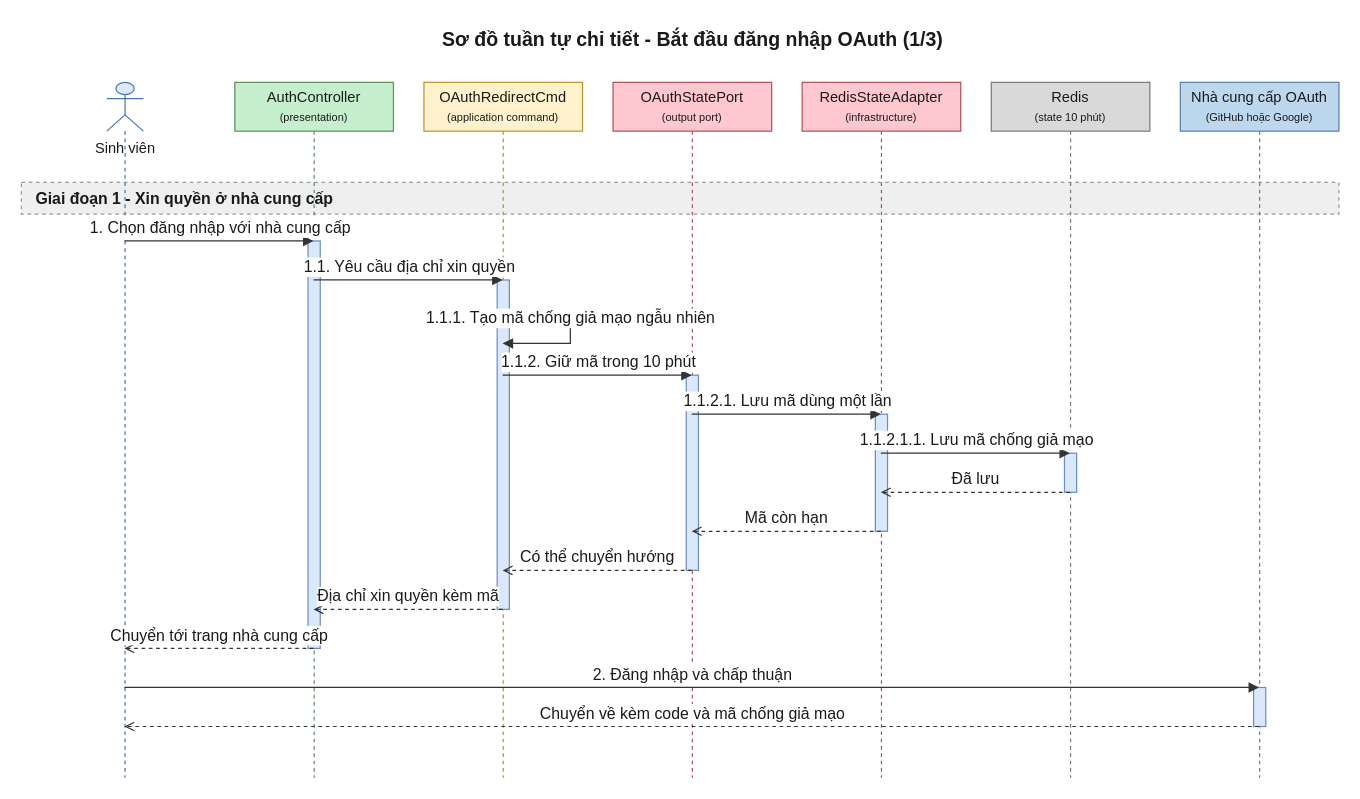
daiphu1801/PRJ_ALGOPREP keeps this draw.io diagram as 08-diagram/sequence/user/sequence_user_lien_ket_oauth_p1.drawio. Above is the earlier version. Source tidied: cells renumbered, new cells numbered last; positions are measured from the earlier drawing's top-left corner, leaving out a move shared by most shapes. Both pictures are drawn from the tidied source at 122%, with x=0, y=0 at pixel (21, 21).
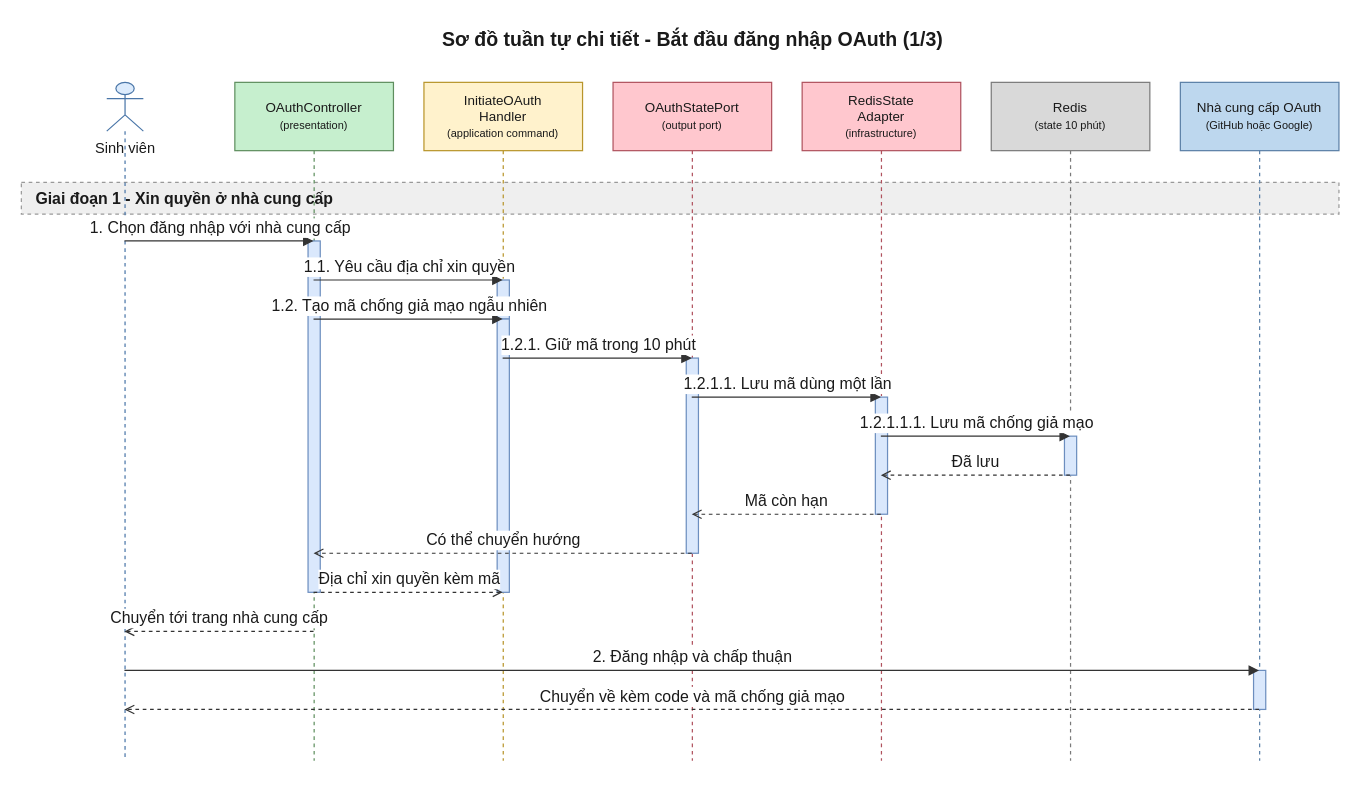
The same diagram, later.

What changed in the source:
```diff
@@
     <mxCell id="4" value="Sinh viên" style="shape=umlLifeline;participant=umlActor;perimeter=lifelinePerimeter;html=1;outlineConnect=0;size=40;verticalAlign=top;spacingTop=40;fillColor=#DCEBFC;strokeColor=#4A76A8;fontColor=#1A1A1A;" parent="1" vertex="1">
-      <mxGeometry x="70" y="50" width="30" height="570" as="geometry" />
+      <mxGeometry x="70" y="50" width="30" height="556" as="geometry" />
     </mxCell>
-    <mxCell id="5" value="AuthController&lt;br&gt;&lt;font style=&quot;font-size:9px&quot;&gt;(presentation)&lt;/font&gt;" style="shape=umlLifeline;perimeter=lifelinePerimeter;whiteSpace=wrap;html=1;outlineConnect=0;size=40;fillColor=#C6EFCE;strokeColor=#5E8E5E;fontColor=#1A1A1A;" parent="1" vertex="1">
-      <mxGeometry x="175" y="50" width="130" height="570" as="geometry" />
+    <mxCell id="5" value="OAuthController&lt;br&gt;&lt;font style=&quot;font-size:9px&quot;&gt;(presentation)&lt;/font&gt;" style="shape=umlLifeline;perimeter=lifelinePerimeter;whiteSpace=wrap;html=1;outlineConnect=0;size=56;fontSize=11;fillColor=#C6EFCE;strokeColor=#5E8E5E;fontColor=#1A1A1A;" parent="1" vertex="1">
+      <mxGeometry x="175" y="50" width="130" height="556" as="geometry" />
     </mxCell>
-    <mxCell id="6" value="OAuthRedirectCmd&lt;br&gt;&lt;font style=&quot;font-size:9px&quot;&gt;(application command)&lt;/font&gt;" style="shape=umlLifeline;perimeter=lifelinePerimeter;whiteSpace=wrap;html=1;outlineConnect=0;size=40;fillColor=#FFF2CC;strokeColor=#B8952A;fontColor=#1A1A1A;" parent="1" vertex="1">
-      <mxGeometry x="330" y="50" width="130" height="570" as="geometry" />
+    <mxCell id="6" value="InitiateOAuth&lt;br&gt;Handler&lt;br&gt;&lt;font style=&quot;font-size:9px&quot;&gt;(application command)&lt;/font&gt;" style="shape=umlLifeline;perimeter=lifelinePerimeter;whiteSpace=wrap;html=1;outlineConnect=0;size=56;fontSize=11;fillColor=#FFF2CC;strokeColor=#B8952A;fontColor=#1A1A1A;" parent="1" vertex="1">
+      <mxGeometry x="330" y="50" width="130" height="556" as="geometry" />
     </mxCell>
-    <mxCell id="7" value="OAuthStatePort&lt;br&gt;&lt;font style=&quot;font-size:9px&quot;&gt;(output port)&lt;/font&gt;" style="shape=umlLifeline;perimeter=lifelinePerimeter;whiteSpace=wrap;html=1;outlineConnect=0;size=40;fillColor=#FFC7CE;strokeColor=#B0525E;fontColor=#1A1A1A;" parent="1" vertex="1">
-      <mxGeometry x="485" y="50" width="130" height="570" as="geometry" />
+    <mxCell id="7" value="OAuthStatePort&lt;br&gt;&lt;font style=&quot;font-size:9px&quot;&gt;(output port)&lt;/font&gt;" style="shape=umlLifeline;perimeter=lifelinePerimeter;whiteSpace=wrap;html=1;outlineConnect=0;size=56;fontSize=11;fillColor=#FFC7CE;strokeColor=#B0525E;fontColor=#1A1A1A;" parent="1" vertex="1">
+      <mxGeometry x="485" y="50" width="130" height="556" as="geometry" />
     </mxCell>
-    <mxCell id="8" value="RedisStateAdapter&lt;br&gt;&lt;font style=&quot;font-size:9px&quot;&gt;(infrastructure)&lt;/font&gt;" style="shape=umlLifeline;perimeter=lifelinePerimeter;whiteSpace=wrap;html=1;outlineConnect=0;size=40;fillColor=#FFC7CE;strokeColor=#B0525E;fontColor=#1A1A1A;" parent="1" vertex="1">
-      <mxGeometry x="640" y="50" width="130" height="570" as="geometry" />
+    <mxCell id="8" value="RedisState&lt;br&gt;Adapter&lt;br&gt;&lt;font style=&quot;font-size:9px&quot;&gt;(infrastructure)&lt;/font&gt;" style="shape=umlLifeline;perimeter=lifelinePerimeter;whiteSpace=wrap;html=1;outlineConnect=0;size=56;fontSize=11;fillColor=#FFC7CE;strokeColor=#B0525E;fontColor=#1A1A1A;" parent="1" vertex="1">
+      <mxGeometry x="640" y="50" width="130" height="556" as="geometry" />
     </mxCell>
-    <mxCell id="9" value="Redis&lt;br&gt;&lt;font style=&quot;font-size:9px&quot;&gt;(state 10 phút)&lt;/font&gt;" style="shape=umlLifeline;perimeter=lifelinePerimeter;whiteSpace=wrap;html=1;outlineConnect=0;size=40;fillColor=#D9D9D9;strokeColor=#7A7A7A;fontColor=#1A1A1A;" parent="1" vertex="1">
-      <mxGeometry x="795" y="50" width="130" height="570" as="geometry" />
+    <mxCell id="9" value="Redis&lt;br&gt;&lt;font style=&quot;font-size:9px&quot;&gt;(state 10 phút)&lt;/font&gt;" style="shape=umlLifeline;perimeter=lifelinePerimeter;whiteSpace=wrap;html=1;outlineConnect=0;size=56;fontSize=11;fillColor=#D9D9D9;strokeColor=#7A7A7A;fontColor=#1A1A1A;" parent="1" vertex="1">
+      <mxGeometry x="795" y="50" width="130" height="556" as="geometry" />
     </mxCell>
-    <mxCell id="10" value="Nhà cung cấp OAuth&lt;br&gt;&lt;font style=&quot;font-size:9px&quot;&gt;(GitHub hoặc Google)&lt;/font&gt;" style="shape=umlLifeline;perimeter=lifelinePerimeter;whiteSpace=wrap;html=1;outlineConnect=0;size=40;fillColor=#BDD7EE;strokeColor=#5A7FA6;fontColor=#1A1A1A;" parent="1" vertex="1">
-      <mxGeometry x="950" y="50" width="130" height="570" as="geometry" />
+    <mxCell id="10" value="Nhà cung cấp OAuth&lt;br&gt;&lt;font style=&quot;font-size:9px&quot;&gt;(GitHub hoặc Google)&lt;/font&gt;" style="shape=umlLifeline;perimeter=lifelinePerimeter;whiteSpace=wrap;html=1;outlineConnect=0;size=56;fontSize=11;fillColor=#BDD7EE;strokeColor=#5A7FA6;fontColor=#1A1A1A;" parent="1" vertex="1">
+      <mxGeometry x="950" y="50" width="130" height="556" as="geometry" />
     </mxCell>
-    <mxCell id="11" style="html=1;perimeter=orthogonalPerimeter;targetShapes=umlLifeline;fillColor=#DAE8FC;strokeColor=#6C8EBF;" parent="9" vertex="1">
-      <mxGeometry x="60" y="304" width="10" height="32" as="geometry" />
+    <mxCell id="11" style="html=1;perimeter=orthogonalPerimeter;targetShapes=umlLifeline;fillColor=#DAE8FC;strokeColor=#6C8EBF;" parent="6" vertex="1">
+      <mxGeometry x="60" y="162" width="10" height="32" as="geometry" />
     </mxCell>
-    <mxCell id="12" style="html=1;perimeter=orthogonalPerimeter;targetShapes=umlLifeline;fillColor=#DAE8FC;strokeColor=#6C8EBF;" parent="8" vertex="1">
-      <mxGeometry x="60" y="272" width="10" height="96" as="geometry" />
+    <mxCell id="12" style="html=1;perimeter=orthogonalPerimeter;targetShapes=umlLifeline;fillColor=#DAE8FC;strokeColor=#6C8EBF;" parent="9" vertex="1">
+      <mxGeometry x="60" y="290" width="10" height="32" as="geometry" />
     </mxCell>
-    <mxCell id="13" style="html=1;perimeter=orthogonalPerimeter;targetShapes=umlLifeline;fillColor=#DAE8FC;strokeColor=#6C8EBF;" parent="7" vertex="1">
-      <mxGeometry x="60" y="240" width="10" height="160" as="geometry" />
+    <mxCell id="13" style="html=1;perimeter=orthogonalPerimeter;targetShapes=umlLifeline;fillColor=#DAE8FC;strokeColor=#6C8EBF;" parent="8" vertex="1">
+      <mxGeometry x="60" y="258" width="10" height="96" as="geometry" />
     </mxCell>
-    <mxCell id="14" style="html=1;perimeter=orthogonalPerimeter;targetShapes=umlLifeline;fillColor=#DAE8FC;strokeColor=#6C8EBF;" parent="6" vertex="1">
-      <mxGeometry x="60" y="162" width="10" height="270" as="geometry" />
+    <mxCell id="14" style="html=1;perimeter=orthogonalPerimeter;targetShapes=umlLifeline;fillColor=#DAE8FC;strokeColor=#6C8EBF;" parent="7" vertex="1">
+      <mxGeometry x="60" y="226" width="10" height="160" as="geometry" />
     </mxCell>
-    <mxCell id="15" style="html=1;perimeter=orthogonalPerimeter;targetShapes=umlLifeline;fillColor=#DAE8FC;strokeColor=#6C8EBF;" parent="5" vertex="1">
-      <mxGeometry x="60" y="130" width="10" height="334" as="geometry" />
+    <mxCell id="15" style="html=1;perimeter=orthogonalPerimeter;targetShapes=umlLifeline;fillColor=#DAE8FC;strokeColor=#6C8EBF;" parent="6" vertex="1">
+      <mxGeometry x="60" y="194" width="10" height="224" as="geometry" />
     </mxCell>
-    <mxCell id="16" style="html=1;perimeter=orthogonalPerimeter;targetShapes=umlLifeline;fillColor=#DAE8FC;strokeColor=#6C8EBF;" parent="10" vertex="1">
-      <mxGeometry x="60" y="496" width="10" height="32" as="geometry" />
+    <mxCell id="16" style="html=1;perimeter=orthogonalPerimeter;targetShapes=umlLifeline;fillColor=#DAE8FC;strokeColor=#6C8EBF;" parent="5" vertex="1">
+      <mxGeometry x="60" y="130" width="10" height="288" as="geometry" />
     </mxCell>
-    <mxCell id="17" value="1. Chọn đăng nhập với nhà cung cấp" style="edgeStyle=none;html=1;endArrow=block;endFill=1;strokeColor=#333333;fontColor=#1A1A1A;fontSize=13;verticalAlign=bottom;exitX=0.5;exitY=0.2281;exitDx=0;exitDy=0;entryX=0.5;entryY=0.2281;entryDx=0;entryDy=0;" parent="1" edge="1" source="4" target="5">
-      <mxGeometry relative="1" as="geometry" />
-    </mxCell>
+    <mxCell id="30" style="html=1;perimeter=orthogonalPerimeter;targetShapes=umlLifeline;fillColor=#DAE8FC;strokeColor=#6C8EBF;" parent="10" vertex="1">
+      <mxGeometry x="60" y="482" width="10" height="32" as="geometry" />
+    </mxCell>
-    <mxCell id="18" value="1.1. Yêu cầu địa chỉ xin quyền" style="edgeStyle=none;html=1;endArrow=block;endFill=1;strokeColor=#333333;fontColor=#1A1A1A;fontSize=13;verticalAlign=bottom;exitX=0.5;exitY=0.2842;exitDx=0;exitDy=0;entryX=0.5;entryY=0.2842;entryDx=0;entryDy=0;" parent="1" edge="1" source="5" target="6">
+    <mxCell id="18" value="1. Chọn đăng nhập với nhà cung cấp" style="edgeStyle=none;html=1;endArrow=block;endFill=1;strokeColor=#333333;fontColor=#1A1A1A;fontSize=13;verticalAlign=bottom;exitX=0.5;exitY=0.2338;exitDx=0;exitDy=0;entryX=0.5;entryY=0.2338;entryDx=0;entryDy=0;" parent="1" edge="1" source="4" target="5">
       <mxGeometry relative="1" as="geometry" />
     </mxCell>
-    <mxCell id="19" value="1.1.1. Tạo mã chống giả mạo ngẫu nhiên" style="edgeStyle=orthogonalEdgeStyle;rounded=0;html=1;endArrow=block;endFill=1;strokeColor=#333333;fontColor=#1A1A1A;fontSize=13;verticalAlign=bottom;exitX=0.5;exitY=0.3404;exitDx=0;exitDy=0;entryX=0.5;entryY=0.3754;entryDx=0;entryDy=0;" parent="1" edge="1" source="6" target="6">
-      <mxGeometry relative="1" as="geometry">
-        <Array as="points">
-          <mxPoint x="450" y="244" />
-          <mxPoint x="450" y="264" />
-        </Array>
-      </mxGeometry>
+    <mxCell id="19" value="1.1. Yêu cầu địa chỉ xin quyền" style="edgeStyle=none;html=1;endArrow=block;endFill=1;strokeColor=#333333;fontColor=#1A1A1A;fontSize=13;verticalAlign=bottom;exitX=0.5;exitY=0.2914;exitDx=0;exitDy=0;entryX=0.5;entryY=0.2914;entryDx=0;entryDy=0;" parent="1" edge="1" source="5" target="6">
+      <mxGeometry relative="1" as="geometry" />
     </mxCell>
-    <mxCell id="20" value="1.1.2. Giữ mã trong 10 phút" style="edgeStyle=none;html=1;endArrow=block;endFill=1;strokeColor=#333333;fontColor=#1A1A1A;fontSize=13;verticalAlign=bottom;exitX=0.5;exitY=0.4211;exitDx=0;exitDy=0;entryX=0.5;entryY=0.4211;entryDx=0;entryDy=0;" parent="1" edge="1" source="6" target="7">
+    <mxCell id="20" value="1.2. Tạo mã chống giả mạo ngẫu nhiên" style="edgeStyle=none;html=1;endArrow=block;endFill=1;strokeColor=#333333;fontColor=#1A1A1A;fontSize=13;verticalAlign=bottom;exitX=0.5;exitY=0.3489;exitDx=0;exitDy=0;entryX=0.5;entryY=0.3489;entryDx=0;entryDy=0;" parent="1" edge="1" source="5" target="6">
       <mxGeometry relative="1" as="geometry" />
     </mxCell>
-    <mxCell id="21" value="1.1.2.1. Lưu mã dùng một lần" style="edgeStyle=none;html=1;endArrow=block;endFill=1;strokeColor=#333333;fontColor=#1A1A1A;fontSize=13;verticalAlign=bottom;exitX=0.5;exitY=0.4772;exitDx=0;exitDy=0;entryX=0.5;entryY=0.4772;entryDx=0;entryDy=0;" parent="1" edge="1" source="7" target="8">
+    <mxCell id="21" value="1.2.1. Giữ mã trong 10 phút" style="edgeStyle=none;html=1;endArrow=block;endFill=1;strokeColor=#333333;fontColor=#1A1A1A;fontSize=13;verticalAlign=bottom;exitX=0.5;exitY=0.4065;exitDx=0;exitDy=0;entryX=0.5;entryY=0.4065;entryDx=0;entryDy=0;" parent="1" edge="1" source="6" target="7">
       <mxGeometry relative="1" as="geometry" />
     </mxCell>
-    <mxCell id="22" value="1.1.2.1.1. Lưu mã chống giả mạo" style="edgeStyle=none;html=1;endArrow=block;endFill=1;strokeColor=#333333;fontColor=#1A1A1A;fontSize=13;verticalAlign=bottom;exitX=0.5;exitY=0.5333;exitDx=0;exitDy=0;entryX=0.5;entryY=0.5333;entryDx=0;entryDy=0;" parent="1" edge="1" source="8" target="9">
+    <mxCell id="22" value="1.2.1.1. Lưu mã dùng một lần" style="edgeStyle=none;html=1;endArrow=block;endFill=1;strokeColor=#333333;fontColor=#1A1A1A;fontSize=13;verticalAlign=bottom;exitX=0.5;exitY=0.4640;exitDx=0;exitDy=0;entryX=0.5;entryY=0.4640;entryDx=0;entryDy=0;" parent="1" edge="1" source="7" target="8">
       <mxGeometry relative="1" as="geometry" />
     </mxCell>
-    <mxCell id="23" value="Đã lưu" style="edgeStyle=none;html=1;endArrow=open;endFill=0;dashed=1;strokeColor=#333333;fontColor=#1A1A1A;fontSize=13;verticalAlign=bottom;exitX=0.5;exitY=0.5895;exitDx=0;exitDy=0;entryX=0.5;entryY=0.5895;entryDx=0;entryDy=0;" parent="1" edge="1" source="9" target="8">
+    <mxCell id="23" value="1.2.1.1.1. Lưu mã chống giả mạo" style="edgeStyle=none;html=1;endArrow=block;endFill=1;strokeColor=#333333;fontColor=#1A1A1A;fontSize=13;verticalAlign=bottom;exitX=0.5;exitY=0.5216;exitDx=0;exitDy=0;entryX=0.5;entryY=0.5216;entryDx=0;entryDy=0;" parent="1" edge="1" source="8" target="9">
       <mxGeometry relative="1" as="geometry" />
     </mxCell>
-    <mxCell id="24" value="Mã còn hạn" style="edgeStyle=none;html=1;endArrow=open;endFill=0;dashed=1;strokeColor=#333333;fontColor=#1A1A1A;fontSize=13;verticalAlign=bottom;exitX=0.5;exitY=0.6456;exitDx=0;exitDy=0;entryX=0.5;entryY=0.6456;entryDx=0;entryDy=0;" parent="1" edge="1" source="8" target="7">
+    <mxCell id="24" value="Đã lưu" style="edgeStyle=none;html=1;endArrow=open;endFill=0;dashed=1;strokeColor=#333333;fontColor=#1A1A1A;fontSize=13;verticalAlign=bottom;exitX=0.5;exitY=0.5791;exitDx=0;exitDy=0;entryX=0.5;entryY=0.5791;entryDx=0;entryDy=0;" parent="1" edge="1" source="9" target="8">
       <mxGeometry relative="1" as="geometry" />
     </mxCell>
-    <mxCell id="25" value="Có thể chuyển hướng" style="edgeStyle=none;html=1;endArrow=open;endFill=0;dashed=1;strokeColor=#333333;fontColor=#1A1A1A;fontSize=13;verticalAlign=bottom;exitX=0.5;exitY=0.7018;exitDx=0;exitDy=0;entryX=0.5;entryY=0.7018;entryDx=0;entryDy=0;" parent="1" edge="1" source="7" target="6">
+    <mxCell id="25" value="Mã còn hạn" style="edgeStyle=none;html=1;endArrow=open;endFill=0;dashed=1;strokeColor=#333333;fontColor=#1A1A1A;fontSize=13;verticalAlign=bottom;exitX=0.5;exitY=0.6367;exitDx=0;exitDy=0;entryX=0.5;entryY=0.6367;entryDx=0;entryDy=0;" parent="1" edge="1" source="8" target="7">
       <mxGeometry relative="1" as="geometry" />
     </mxCell>
-    <mxCell id="26" value="Địa chỉ xin quyền kèm mã" style="edgeStyle=none;html=1;endArrow=open;endFill=0;dashed=1;strokeColor=#333333;fontColor=#1A1A1A;fontSize=13;verticalAlign=bottom;exitX=0.5;exitY=0.7579;exitDx=0;exitDy=0;entryX=0.5;entryY=0.7579;entryDx=0;entryDy=0;" parent="1" edge="1" source="6" target="5">
+    <mxCell id="26" value="Có thể chuyển hướng" style="edgeStyle=none;html=1;endArrow=open;endFill=0;dashed=1;strokeColor=#333333;fontColor=#1A1A1A;fontSize=13;verticalAlign=bottom;exitX=0.5;exitY=0.6942;exitDx=0;exitDy=0;entryX=0.5;entryY=0.6942;entryDx=0;entryDy=0;" parent="1" edge="1" source="7" target="5">
       <mxGeometry relative="1" as="geometry" />
     </mxCell>
-    <mxCell id="27" value="Chuyển tới trang nhà cung cấp" style="edgeStyle=none;html=1;endArrow=open;endFill=0;dashed=1;strokeColor=#333333;fontColor=#1A1A1A;fontSize=13;verticalAlign=bottom;exitX=0.5;exitY=0.8140;exitDx=0;exitDy=0;entryX=0.5;entryY=0.8140;entryDx=0;entryDy=0;" parent="1" edge="1" source="5" target="4">
+    <mxCell id="27" value="Địa chỉ xin quyền kèm mã" style="edgeStyle=none;html=1;endArrow=open;endFill=0;dashed=1;strokeColor=#333333;fontColor=#1A1A1A;fontSize=13;verticalAlign=bottom;exitX=0.5;exitY=0.7518;exitDx=0;exitDy=0;entryX=0.5;entryY=0.7518;entryDx=0;entryDy=0;" parent="1" edge="1" source="5" target="6">
       <mxGeometry relative="1" as="geometry" />
     </mxCell>
-    <mxCell id="28" value="2. Đăng nhập và chấp thuận" style="edgeStyle=none;html=1;endArrow=block;endFill=1;strokeColor=#333333;fontColor=#1A1A1A;fontSize=13;verticalAlign=bottom;exitX=0.5;exitY=0.8702;exitDx=0;exitDy=0;entryX=0.5;entryY=0.8702;entryDx=0;entryDy=0;" parent="1" edge="1" source="4" target="10">
+    <mxCell id="28" value="Chuyển tới trang nhà cung cấp" style="edgeStyle=none;html=1;endArrow=open;endFill=0;dashed=1;strokeColor=#333333;fontColor=#1A1A1A;fontSize=13;verticalAlign=bottom;exitX=0.5;exitY=0.8094;exitDx=0;exitDy=0;entryX=0.5;entryY=0.8094;entryDx=0;entryDy=0;" parent="1" edge="1" source="5" target="4">
       <mxGeometry relative="1" as="geometry" />
     </mxCell>
-    <mxCell id="29" value="Chuyển về kèm code và mã chống giả mạo" style="edgeStyle=none;html=1;endArrow=open;endFill=0;dashed=1;strokeColor=#333333;fontColor=#1A1A1A;fontSize=13;verticalAlign=bottom;exitX=0.5;exitY=0.9263;exitDx=0;exitDy=0;entryX=0.5;entryY=0.9263;entryDx=0;entryDy=0;" parent="1" edge="1" source="10" target="4">
+    <mxCell id="29" value="2. Đăng nhập và chấp thuận" style="edgeStyle=none;html=1;endArrow=block;endFill=1;strokeColor=#333333;fontColor=#1A1A1A;fontSize=13;verticalAlign=bottom;exitX=0.5;exitY=0.8669;exitDx=0;exitDy=0;entryX=0.5;entryY=0.8669;entryDx=0;entryDy=0;" parent="1" edge="1" source="4" target="10">
       <mxGeometry relative="1" as="geometry" />
     </mxCell>
+    <mxCell id="31" value="Chuyển về kèm code và mã chống giả mạo" style="edgeStyle=none;html=1;endArrow=open;endFill=0;dashed=1;strokeColor=#333333;fontColor=#1A1A1A;fontSize=13;verticalAlign=bottom;exitX=0.5;exitY=0.9245;exitDx=0;exitDy=0;entryX=0.5;entryY=0.9245;entryDx=0;entryDy=0;" parent="1" edge="1" source="10" target="4">
+      <mxGeometry relative="1" as="geometry" />
+    </mxCell>
```
